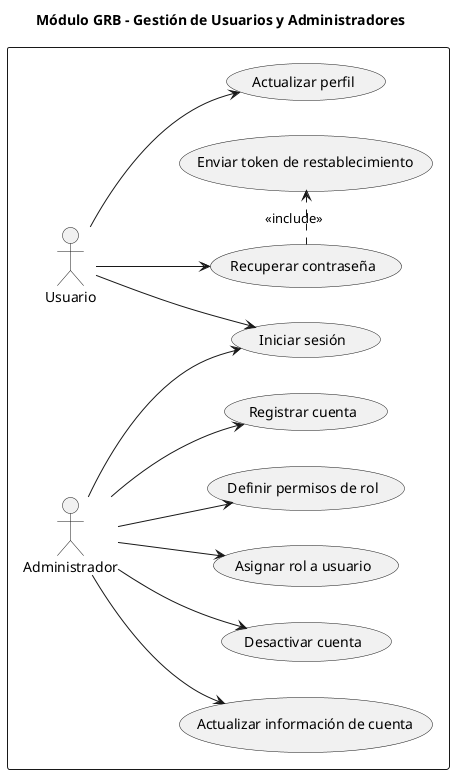
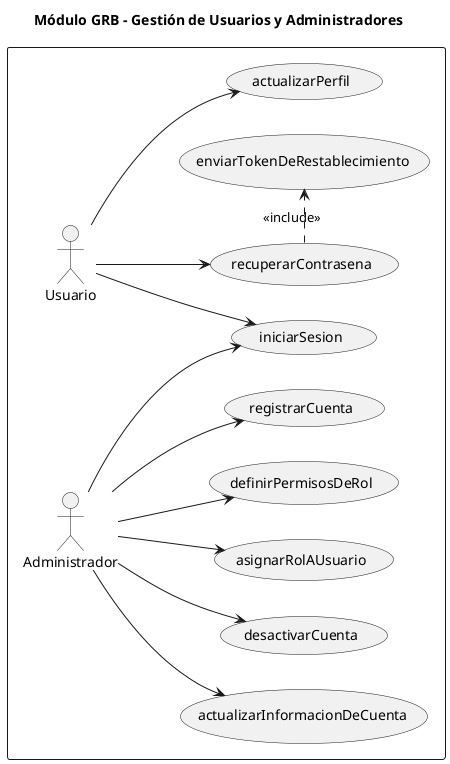
@startuml GRB_Gestion_Usuarios_Administradores

title Módulo GRB - Gestión de Usuarios y Administradores

'Configura de estilo
left to right direction
skinparam packageStyle rectangle

' Definición de actores, casos de uso y relaciones
rectangle {

    'Actores
    actor "Usuario" as USR
    actor "Administrador" as ADM

    'Casos de uso
-     usecase "Registrar cuenta" as CU1
-     usecase "Actualizar información de cuenta" as CU2
-     usecase "Desactivar cuenta" as CU3
+     usecase "registrarCuenta" as CU1
+     usecase "actualizarInformacionDeCuenta" as CU2
+     usecase "desactivarCuenta" as CU3

-     usecase "Asignar rol a usuario" as CU4
-     usecase "Definir permisos de rol" as CU5
+     usecase "asignarRolAUsuario" as CU4
+     usecase "definirPermisosDeRol" as CU5

-     usecase "Iniciar sesión" as CU6
+     usecase "iniciarSesion" as CU6

-     usecase "Actualizar perfil" as CU7
-     usecase "Recuperar contraseña" as CU8
+     usecase "actualizarPerfil" as CU7
+     usecase "recuperarContrasena" as CU8

-     usecase "Enviar token de restablecimiento" as CU9
+     usecase "enviarTokenDeRestablecimiento" as CU9

    ' Relación include
    CU8 .> CU9 : <<include>>

}

' Relaciones Usuario
USR --> CU6
USR --> CU8
USR --> CU7

' Relaciones Administrador
ADM --> CU6
ADM --> CU1
ADM --> CU2
ADM --> CU3
ADM --> CU4
ADM --> CU5

@enduml
